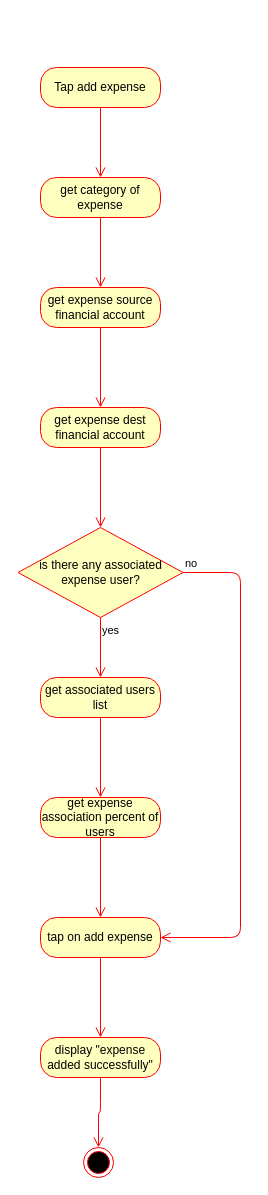
This is Analyse and Planning/Activity Diagrams/add expense.drawio from mahdighazanfari/hesabyar, a draw.io file, before an edit. Source tidied: cells renumbered, new cells numbered last; positions are measured from the earlier drawing's top-left corner, leaving out a move shared by most shapes. Both pictures are drawn from the tidied source at 100%, with x=0, y=0 at pixel (18, 67).
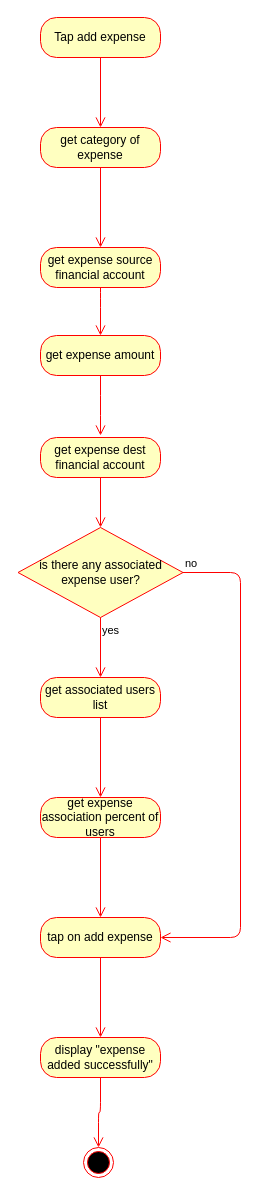
The same diagram, later.

Commit message:
adding expense amount to add expense diagram

Change to the diagram source:
```diff
@@
     <mxCell id="2" value="Tap add expense" style="rounded=1;whiteSpace=wrap;html=1;arcSize=40;fontColor=#000000;fillColor=#ffffc0;strokeColor=#ff0000;" parent="1" vertex="1">
-      <mxGeometry x="22" width="120" height="40" as="geometry" />
+      <mxGeometry x="22" y="-50" width="120" height="40" as="geometry" />
     </mxCell>
@@
     <mxCell id="4" value="get category of expense" style="rounded=1;whiteSpace=wrap;html=1;arcSize=40;fontColor=#000000;fillColor=#ffffc0;strokeColor=#ff0000;" parent="1" vertex="1">
-      <mxGeometry x="22" y="110" width="120" height="40" as="geometry" />
+      <mxGeometry x="22" y="60" width="120" height="40" as="geometry" />
     </mxCell>
-    <mxCell id="5" style="edgeStyle=orthogonalEdgeStyle;html=1;verticalAlign=bottom;endArrow=open;endSize=8;strokeColor=#ff0000;" parent="1" edge="1" source="4" target="6">
+    <mxCell id="5" style="edgeStyle=orthogonalEdgeStyle;html=1;verticalAlign=bottom;endArrow=open;endSize=8;strokeColor=#ff0000;entryX=0.5;entryY=0;entryDx=0;entryDy=0;" parent="1" edge="1" source="4" target="6">
       <mxGeometry relative="1" as="geometry" />
     </mxCell>
     <mxCell id="6" value="get expense source financial account" style="rounded=1;whiteSpace=wrap;html=1;arcSize=40;fontColor=#000000;fillColor=#ffffc0;strokeColor=#ff0000;" parent="1" vertex="1">
-      <mxGeometry x="22" y="220" width="120" height="40" as="geometry" />
+      <mxGeometry x="22" y="180" width="120" height="40" as="geometry" />
     </mxCell>
-    <mxCell id="7" style="edgeStyle=orthogonalEdgeStyle;html=1;verticalAlign=bottom;endArrow=open;endSize=8;strokeColor=#ff0000;entryX=0.5;entryY=0;entryDx=0;entryDy=0;" parent="1" edge="1" source="6" target="8">
-      <mxGeometry relative="1" as="geometry" />
-    </mxCell>
     <mxCell id="8" value="get expense dest financial account" style="rounded=1;whiteSpace=wrap;html=1;arcSize=40;fontColor=#000000;fillColor=#ffffc0;strokeColor=#ff0000;" parent="1" vertex="1">
-      <mxGeometry x="22" y="340" width="120" height="40" as="geometry" />
+      <mxGeometry x="22" y="370" width="120" height="40" as="geometry" />
     </mxCell>
@@
+    <mxCell id="22" value="get expense amount" style="rounded=1;whiteSpace=wrap;html=1;arcSize=40;fontColor=#000000;fillColor=#ffffc0;strokeColor=#ff0000;" parent="1" vertex="1">
+      <mxGeometry x="22" y="268" width="120" height="40" as="geometry" />
+    </mxCell>
+    <mxCell id="23" style="edgeStyle=orthogonalEdgeStyle;html=1;verticalAlign=bottom;endArrow=open;endSize=8;strokeColor=#ff0000;" parent="1" edge="1" source="22">
+      <mxGeometry relative="1" as="geometry">
+        <mxPoint x="82" y="368" as="targetPoint" />
+      </mxGeometry>
+    </mxCell>
+    <mxCell id="24" style="edgeStyle=orthogonalEdgeStyle;html=1;verticalAlign=bottom;endArrow=open;endSize=8;strokeColor=#ff0000;entryX=0.5;entryY=0;entryDx=0;entryDy=0;exitX=0.5;exitY=1;exitDx=0;exitDy=0;" parent="1" edge="1" source="6" target="22">
+      <mxGeometry relative="1" as="geometry">
+        <Array as="points">
+          <mxPoint x="82" y="230" />
+          <mxPoint x="82" y="230" />
+        </Array>
+      </mxGeometry>
+    </mxCell>
```
